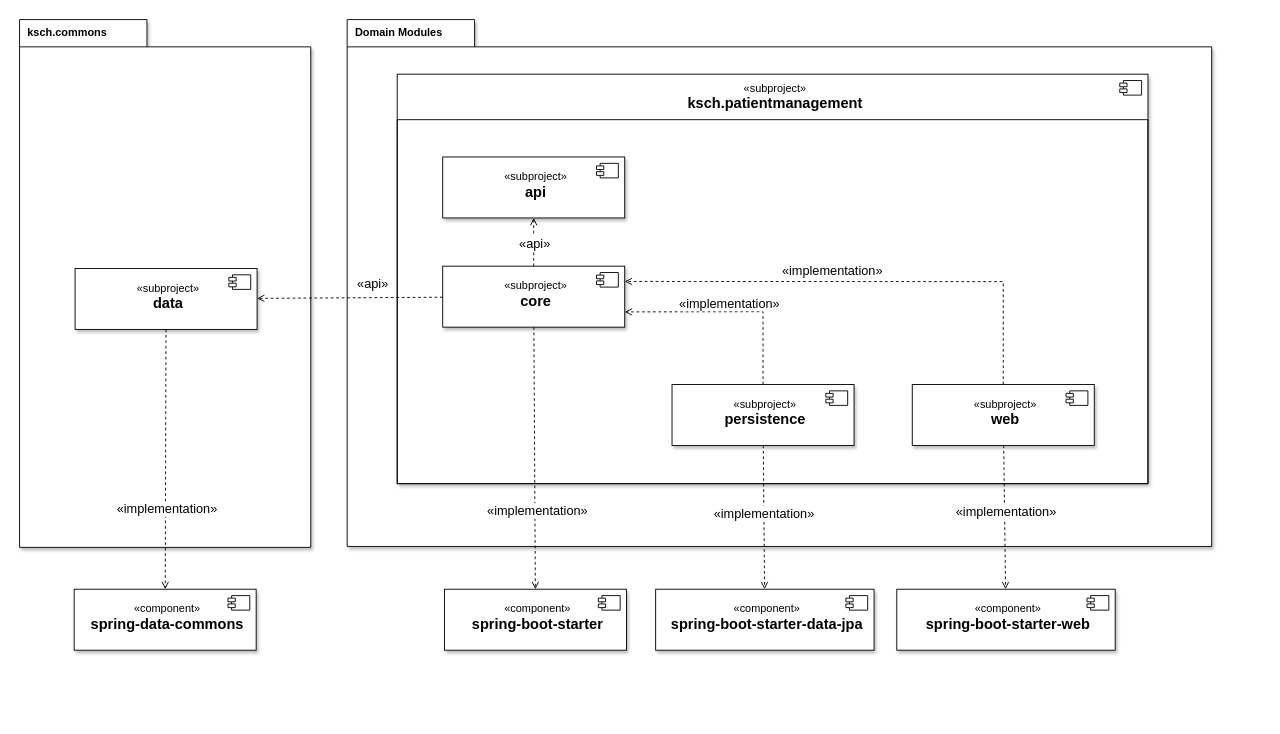
Before: commons/data/doc/overview.drawio in ksch-workflows/backend, a draw.io diagram. Source tidied: cells renumbered, new cells numbered last; positions are measured from the earlier drawing's top-left corner, leaving out a move shared by most shapes. Both pictures are drawn from the tidied source at 91%, with x=0, y=0 at pixel (19, 19).
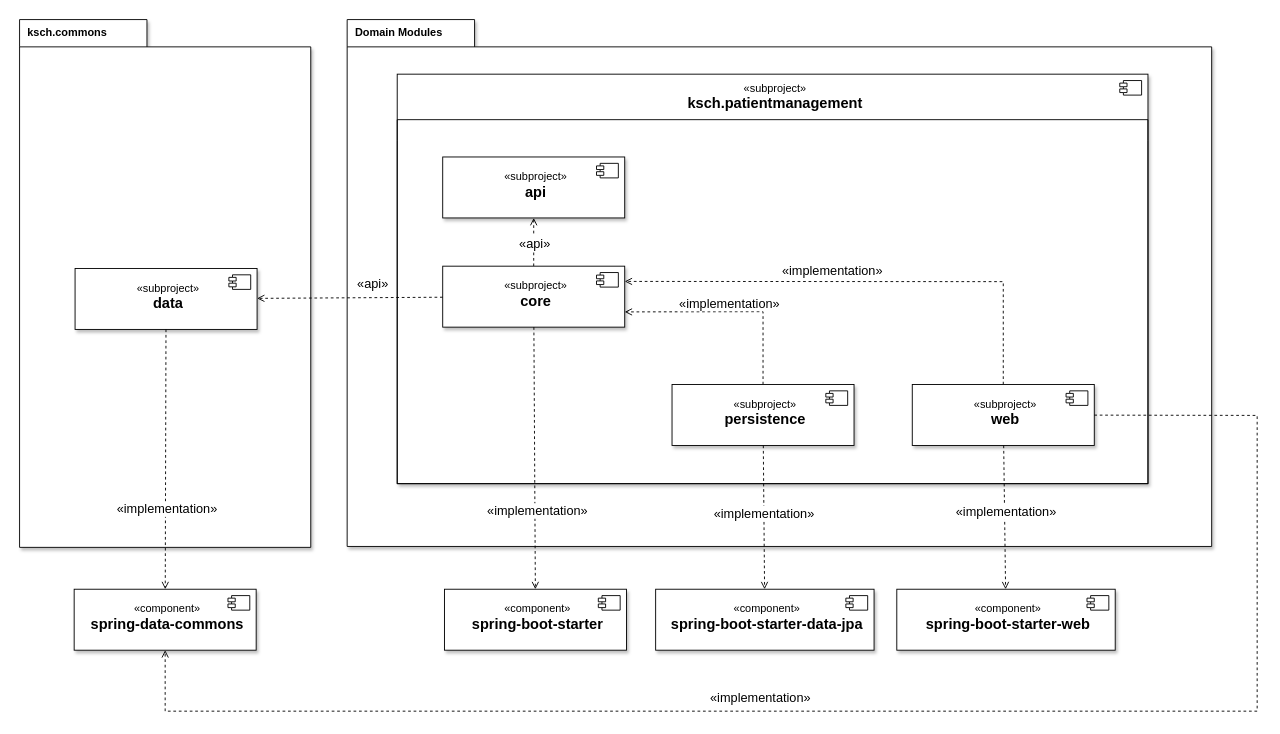
After the change.

Unchanged cells that the change refers to:
```xml
<mxCell id="29" value="&lt;span style=&quot;font-weight: normal;&quot;&gt;«subproject»&lt;/span&gt;&lt;br&gt;&lt;font style=&quot;font-size: 16px;&quot;&gt;web&lt;/font&gt;" style="html=1;align=center;spacingLeft=4;verticalAlign=top;strokeColor=none;fillColor=none;fontStyle=1;strokeWidth=1;fontSize=12;spacingTop=8;" parent="28" vertex="1">
  <mxGeometry width="200" height="67" as="geometry" />
</mxCell>
<mxCell id="36" value="&lt;span style=&quot;font-weight: normal;&quot;&gt;«component»&lt;/span&gt;&lt;br&gt;&lt;font style=&quot;font-size: 16px;&quot;&gt;spring-data-commons&lt;/font&gt;" style="html=1;align=center;spacingLeft=4;verticalAlign=top;strokeColor=none;fillColor=none;fontStyle=1;strokeWidth=1;fontSize=12;spacingTop=8;" parent="35" vertex="1">
  <mxGeometry width="200" height="67" as="geometry" />
</mxCell>
```

Diff of the diagram source:
```diff
@@
+    <mxCell id="53" style="endArrow=open;html=1;rounded=0;dashed=1;jumpStyle=line;jumpSize=5;endFill=0;fontSize=14;" parent="1" edge="1" source="29" target="36">
+      <mxGeometry relative="1" as="geometry">
+        <Array as="points">
+          <mxPoint x="1360" y="435" />
+          <mxPoint x="1360" y="760" />
+          <mxPoint x="160" y="760" />
+        </Array>
+      </mxGeometry>
+    </mxCell>
+    <mxCell id="54" value="«implementation»" style="edgeLabel;html=1;align=center;verticalAlign=middle;fontSize=14;" parent="53" vertex="1">
+      <mxGeometry x="0.1" y="-1" relative="1" as="geometry">
+        <mxPoint x="-77" y="-15" as="offset" />
+      </mxGeometry>
+    </mxCell>
```
